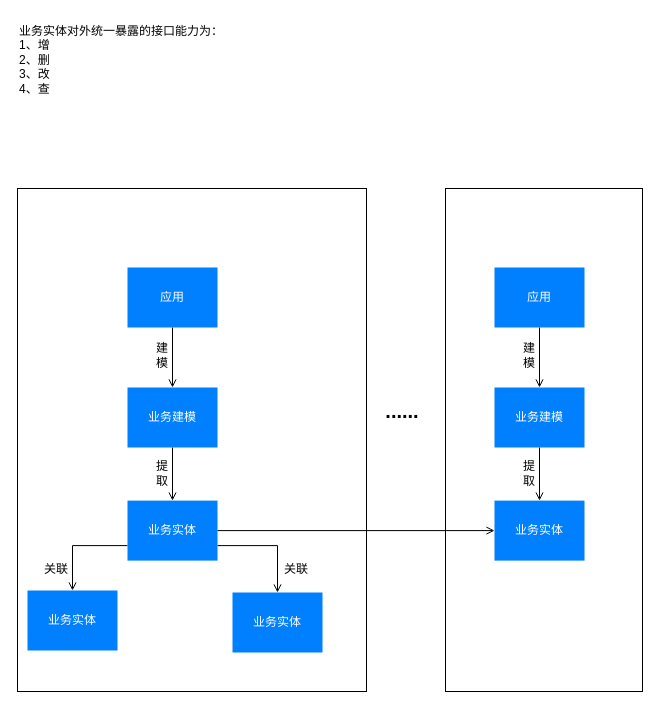
Earlier version of the draw.io diagram docs/LCDP.drawio (lokiworks/codebase). Source tidied: cells renumbered, new cells numbered last; positions are measured from the earlier drawing's top-left corner, leaving out a move shared by most shapes. Both pictures are drawn from the tidied source at 100%, with x=0, y=0 at pixel (17, 17).
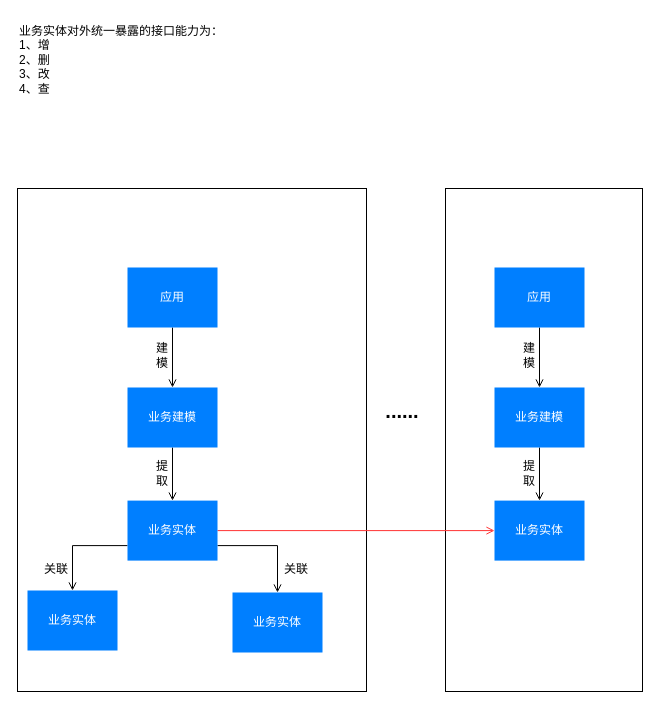
The same diagram, later.

The change refers to these unchanged cells:
```xml
<mxCell id="9" value="&lt;font color=&quot;#ffffff&quot;&gt;业务实体&lt;/font&gt;" style="rounded=0;whiteSpace=wrap;html=1;fillColor=#007FFF;strokeColor=none;" parent="1" vertex="1">
  <mxGeometry x="110" y="483.1" width="90" height="60" as="geometry" />
</mxCell>
<mxCell id="16" value="&lt;font color=&quot;#ffffff&quot;&gt;业务实体&lt;/font&gt;" style="rounded=0;whiteSpace=wrap;html=1;fillColor=#007FFF;strokeColor=none;" parent="1" vertex="1">
  <mxGeometry x="477" y="483.1" width="90" height="60" as="geometry" />
</mxCell>
```

The edit, as a diff of the source:
```diff
@@
-    <mxCell id="7" style="edgeStyle=orthogonalEdgeStyle;rounded=0;jettySize=auto;html=1;exitX=1;exitY=0.5;exitDx=0;exitDy=0;fontSize=12;endArrow=open;endFill=0;" parent="1" edge="1" source="9" target="16">
+    <mxCell id="7" style="edgeStyle=orthogonalEdgeStyle;rounded=0;jettySize=auto;html=1;exitX=1;exitY=0.5;exitDx=0;exitDy=0;fontSize=12;endArrow=open;endFill=0;fontColor=#FF3333;strokeColor=#FF3333;" parent="1" edge="1" source="9" target="16">
       <mxGeometry relative="1" as="geometry" />
     </mxCell>
```
